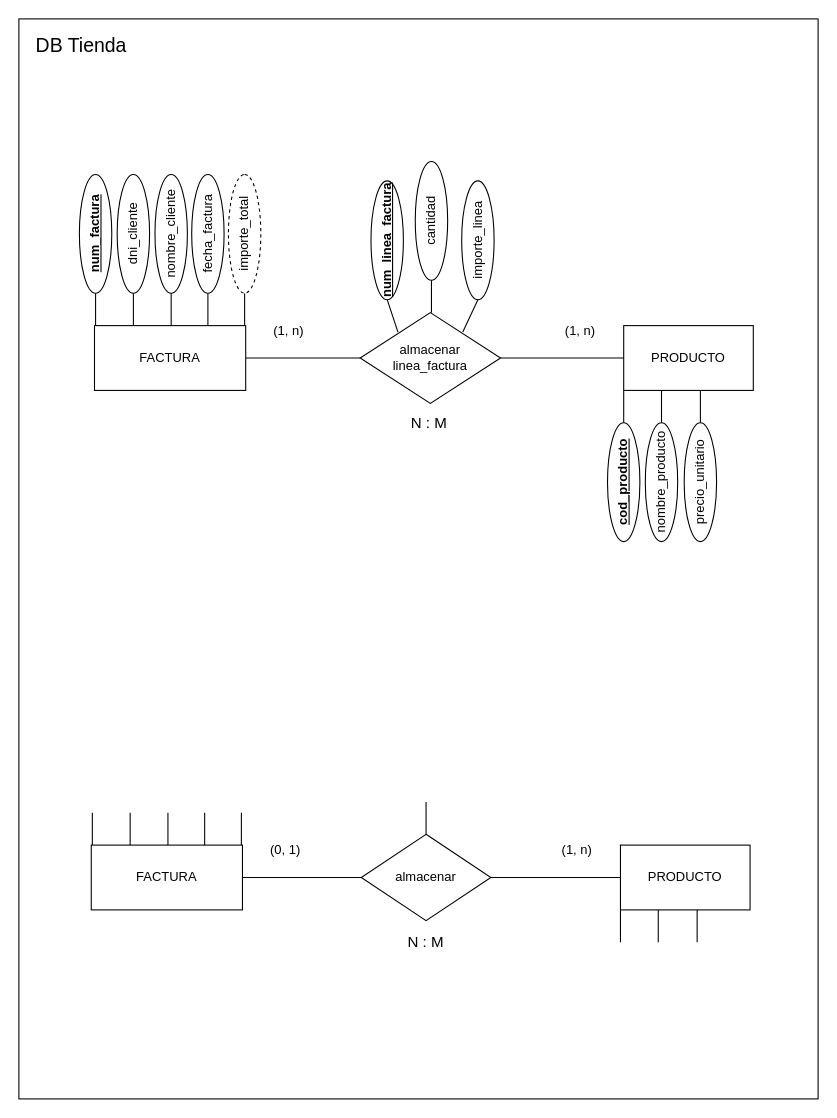
Before: src/BBDD/first_trimester/exercises/ejercicio1/ejercicio1_BBDD_ER.drawio in MLT93/UNIR, a draw.io diagram. Source tidied: cells renumbered, new cells numbered last; positions are measured from the earlier drawing's top-left corner, leaving out a move shared by most shapes. Both pictures are drawn from the tidied source at 108%, with x=0, y=0 at pixel (18, 18).
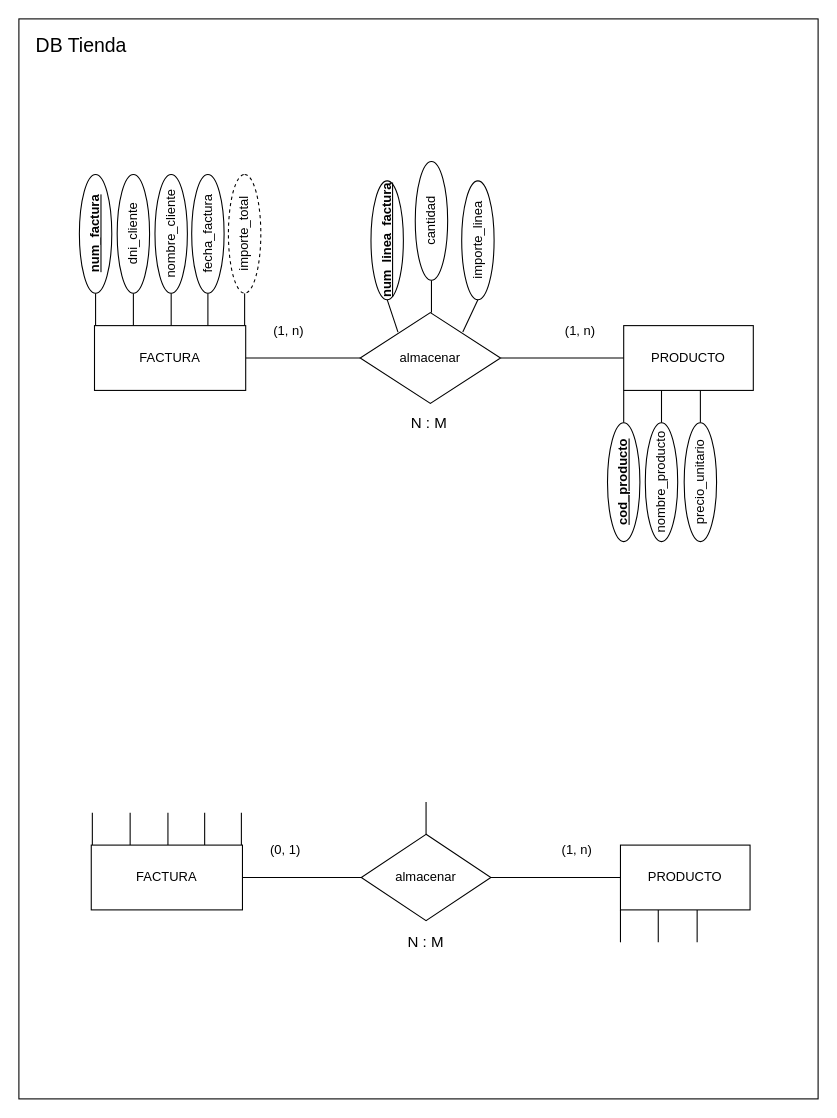
The same page after the edit.

The edit, as a diff of the source:
```diff
@@
-    <mxCell id="7" value="almacenar&lt;br&gt;linea_factura" style="rhombus;whiteSpace=wrap;html=1;rounded=0;" parent="1" vertex="1">
+    <mxCell id="7" value="almacenar" style="rhombus;whiteSpace=wrap;html=1;rounded=0;" parent="1" vertex="1">
       <mxGeometry x="316" y="272" width="130" height="84" as="geometry" />
     </mxCell>
```
